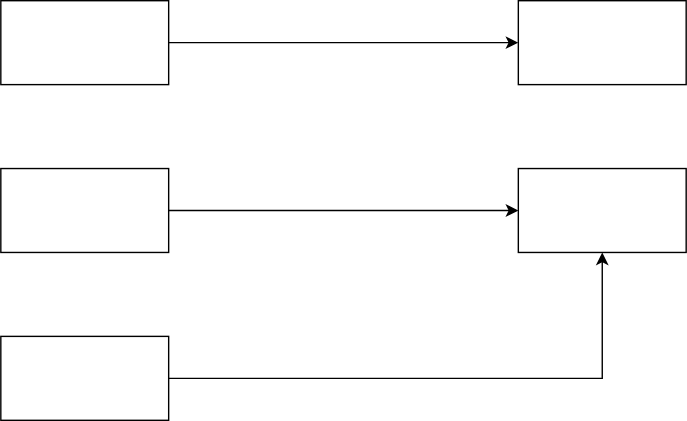
Earlier version of the draw.io export Untitled Diagram.drawio.svg (koshirohashimoto/udacity_cpp_nanodegree). Source tidied: cells renumbered, new cells last; positions are measured from the earlier drawing's top-left corner, leaving out a move shared by most shapes.
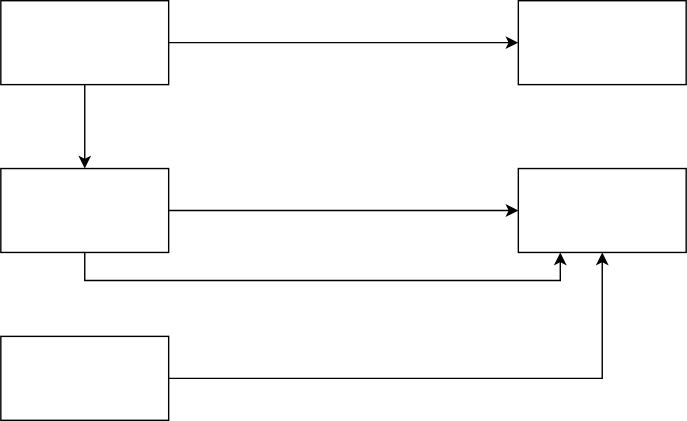
The same file after the commit.

Change to the diagram source:
```diff
@@ -5,12 +5,18 @@
     <mxCell id="2" style="edgeStyle=orthogonalEdgeStyle;rounded=0;jettySize=auto;html=1;exitX=1;exitY=0.5;exitDx=0;exitDy=0;entryX=0;entryY=0.5;entryDx=0;entryDy=0;" parent="1" edge="1" source="3" target="8">
       <mxGeometry relative="1" as="geometry" />
     </mxCell>
+    <mxCell id="10" style="edgeStyle=orthogonalEdgeStyle;rounded=0;jettySize=auto;html=1;exitX=0.5;exitY=1;exitDx=0;exitDy=0;entryX=0.5;entryY=0;entryDx=0;entryDy=0;" parent="1" edge="1" source="3" target="5">
+      <mxGeometry relative="1" as="geometry" />
+    </mxCell>
     <mxCell id="3" style="whiteSpace=wrap;html=1;" parent="1" vertex="1">
       <mxGeometry width="120" height="60" as="geometry" />
     </mxCell>
     <mxCell id="4" style="edgeStyle=orthogonalEdgeStyle;rounded=0;jettySize=auto;html=1;exitX=1;exitY=0.5;exitDx=0;exitDy=0;entryX=0;entryY=0.5;entryDx=0;entryDy=0;" parent="1" edge="1" source="5" target="9">
       <mxGeometry relative="1" as="geometry" />
     </mxCell>
+    <mxCell id="11" style="edgeStyle=orthogonalEdgeStyle;rounded=0;jettySize=auto;html=1;exitX=0.5;exitY=1;exitDx=0;exitDy=0;entryX=0.25;entryY=1;entryDx=0;entryDy=0;" parent="1" edge="1" source="5" target="9">
+      <mxGeometry relative="1" as="geometry" />
+    </mxCell>
     <mxCell id="5" style="whiteSpace=wrap;html=1;" parent="1" vertex="1">
       <mxGeometry y="120" width="120" height="60" as="geometry" />
     </mxCell>
```
